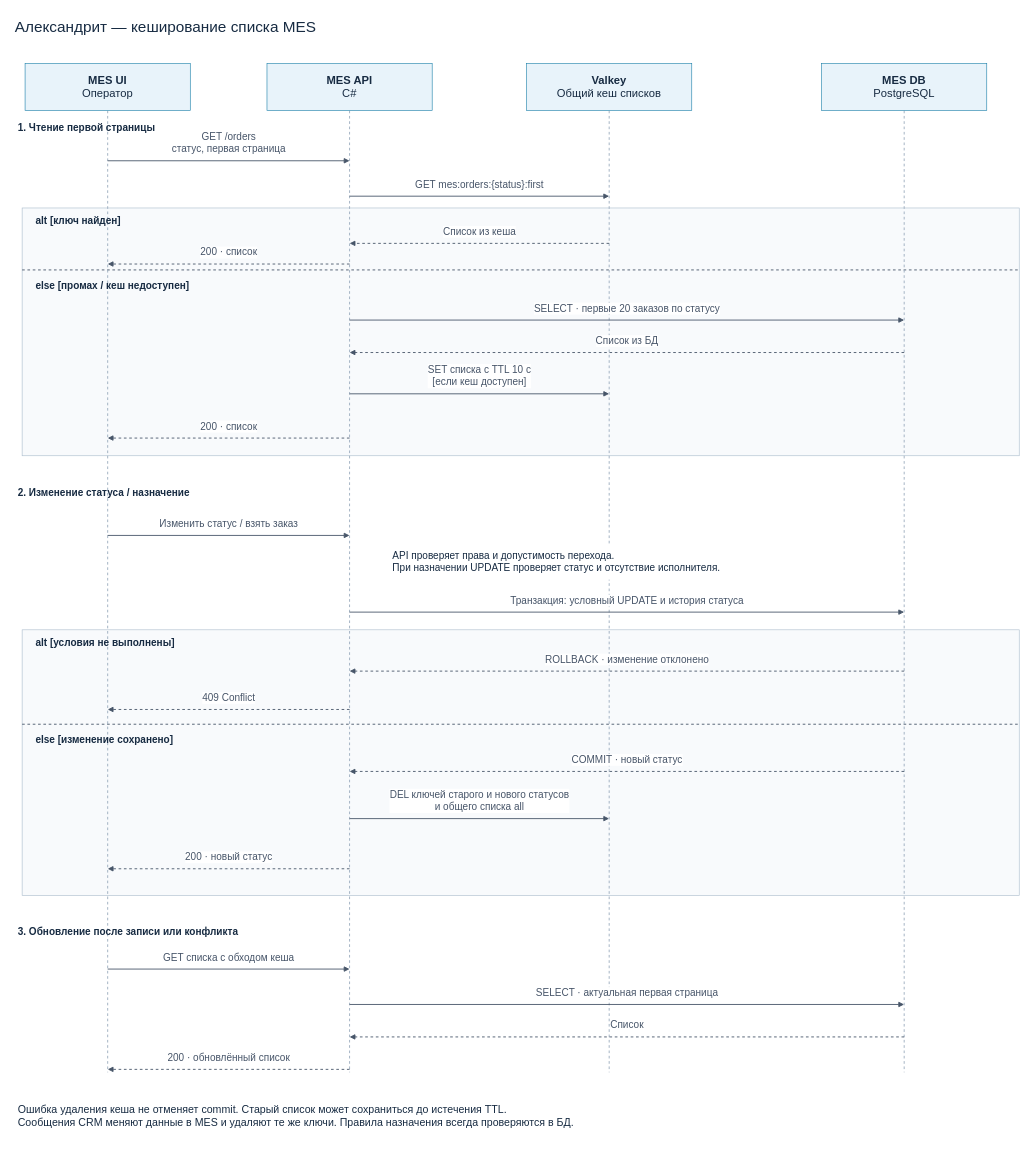
Above: Task5/diagrams/mes-cache-sequence.drawio in maybelines/architecture-alexandrite (draw.io), before the change. Source tidied: cells renumbered, new cells numbered last; positions are measured from the earlier drawing's top-left corner, leaving out a move shared by most shapes. Both pictures are drawn from the tidied source at 59%, with x=0, y=0 at pixel (10, 10).
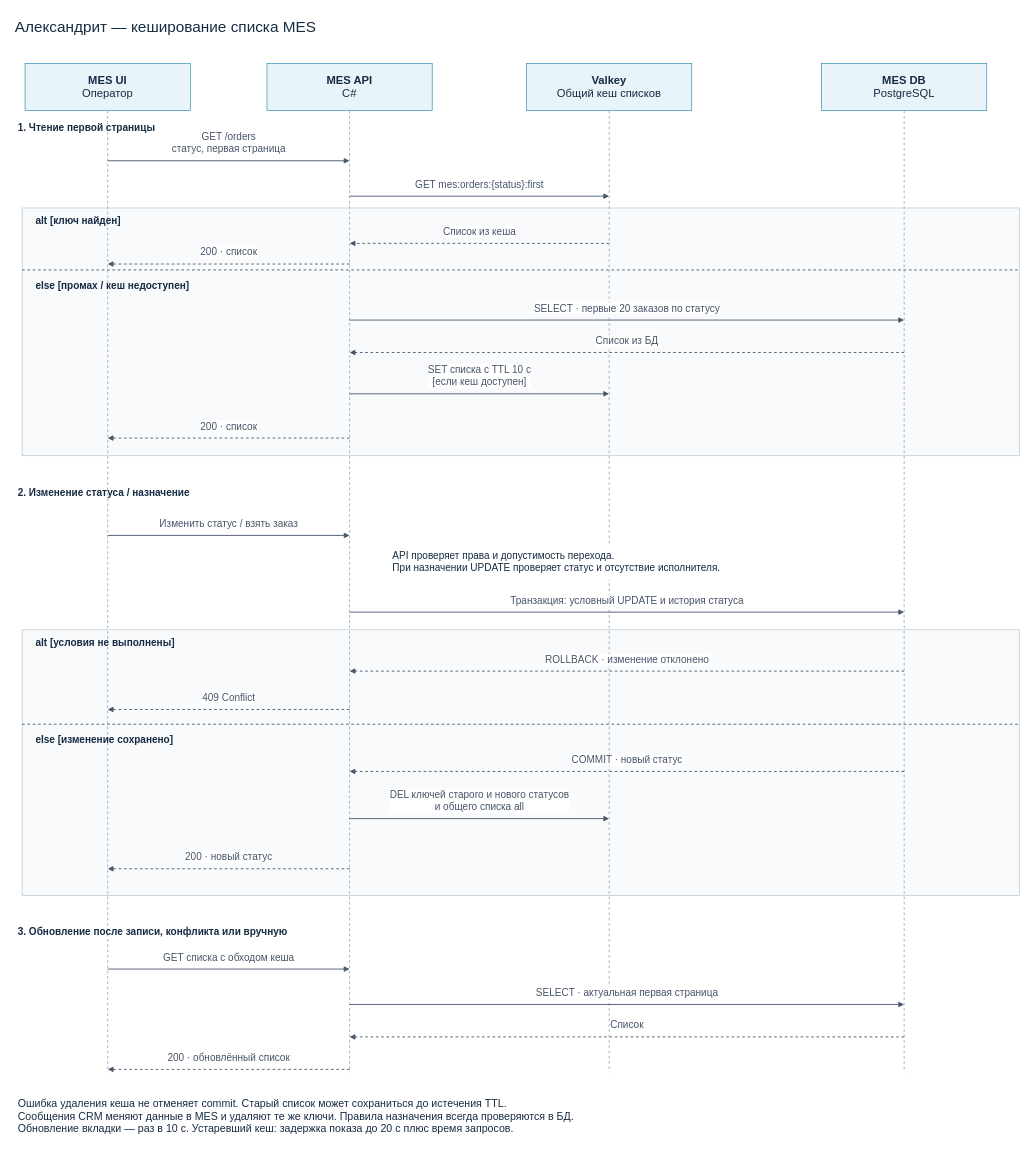
The same diagram, later.

Diff of the diagram source:
```diff
@@
-    <mxCell id="37" value="&lt;b&gt;3. Обновление после записи или конфликта&lt;/b&gt;" style="html=1;whiteSpace=wrap;fillColor=none;strokeColor=none;fontColor=#172B42;fontSize=17;align=left;spacing=8;" parent="1" vertex="1">
+    <mxCell id="37" value="&lt;b&gt;3. Обновление после записи, конфликта или вручную&lt;/b&gt;" style="html=1;whiteSpace=wrap;fillColor=none;strokeColor=none;fontColor=#172B42;fontSize=17;align=left;spacing=8;" parent="1" vertex="1">
       <mxGeometry x="5" y="1540" width="1690" height="45" as="geometry" />
     </mxCell>
@@
-    <mxCell id="42" value="Ошибка удаления кеша не отменяет commit. Старый список может сохраниться до истечения TTL.&lt;br&gt;Сообщения CRM меняют данные в MES и удаляют те же ключи. Правила назначения всегда проверяются в БД." style="html=1;whiteSpace=wrap;fillColor=none;strokeColor=none;fontColor=#172B42;fontSize=18;align=left;spacing=8;" parent="1" vertex="1">
+    <mxCell id="42" value="Ошибка удаления кеша не отменяет commit. Старый список может сохраниться до истечения TTL.&lt;br&gt;Сообщения CRM меняют данные в MES и удаляют те же ключи. Правила назначения всегда проверяются в БД.&lt;br&gt;Обновление вкладки — раз в 10 с. Устаревший кеш: задержка показа до 20 с плюс время запросов." style="html=1;whiteSpace=wrap;fillColor=none;strokeColor=none;fontColor=#172B42;fontSize=18;align=left;spacing=8;" parent="1" vertex="1">
       <mxGeometry x="5" y="1830" width="1690" height="90" as="geometry" />
     </mxCell>
```
